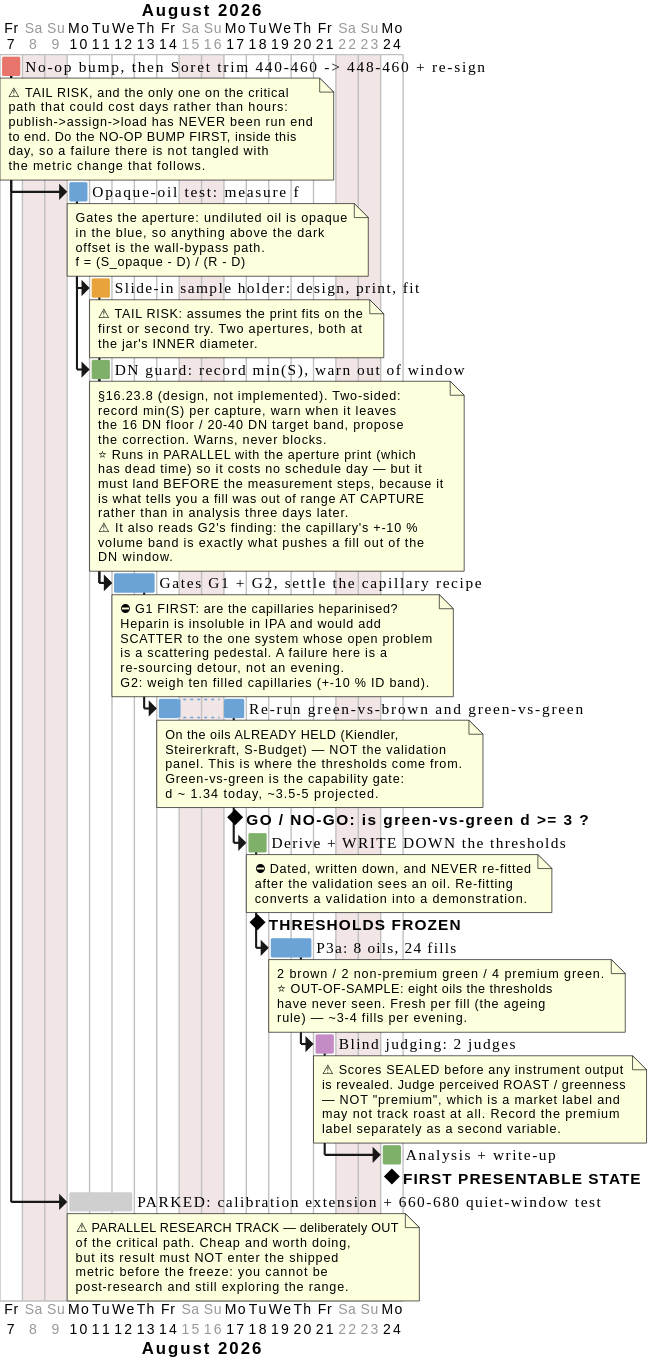
Above: first_presentable_state.svg in nidwe72/spectracs-docs (PlantUML), before the change.
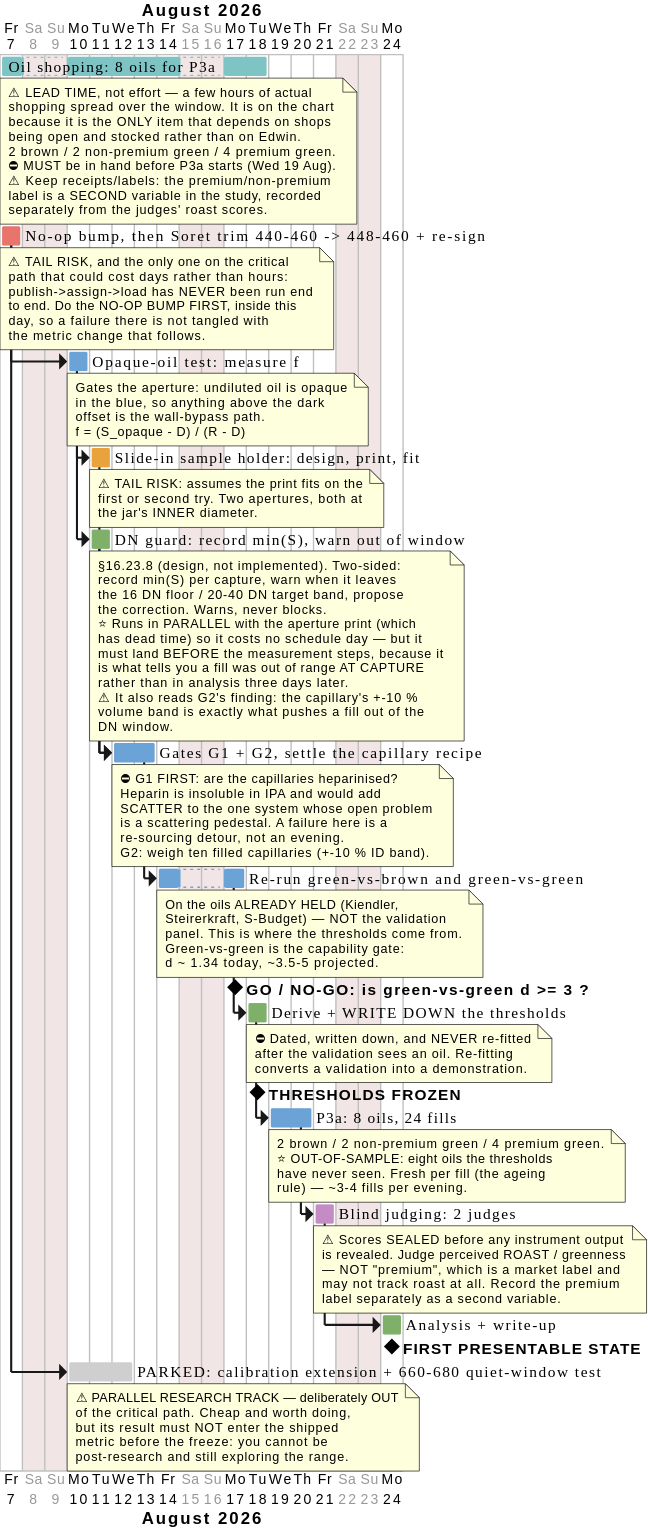
Above is the later version.

Commit message:
Roadmap + Gantt: the oil shopping as a parallel track

Drawn from day 1 with an 8-working-day window, ending before P3a starts.
It is the only bar on the chart Edwin does not control, which is the reason
it is on the chart at all.

What changed in the source:
```diff
@@ -18,6 +18,20 @@
   }
 }
 </style>
+
+[Oil shopping: 8 oils for P3a] as [SHOP] lasts 8 days
+[SHOP] is colored in #7EC4C4
+note bottom
+  ⚠ LEAD TIME, not effort — a few hours of actual
+  shopping spread over the window. It is on the chart
+  because it is the ONLY item that depends on shops
+  being open and stocked rather than on Edwin.
+  2 brown / 2 non-premium green / 4 premium green.
+  ⛔ MUST be in hand before P3a starts (Wed 19 Aug).
+  ⚠ Keep receipts/labels: the premium/non-premium
+  label is a SECOND variable in the study, recorded
+  separately from the judges' roast scores.
+end note
 
 [No-op bump, then Soret trim 440-460 -> 448-460 + re-sign] as [TRIM] lasts 1 day
 [TRIM] is colored in #E8756B
```
